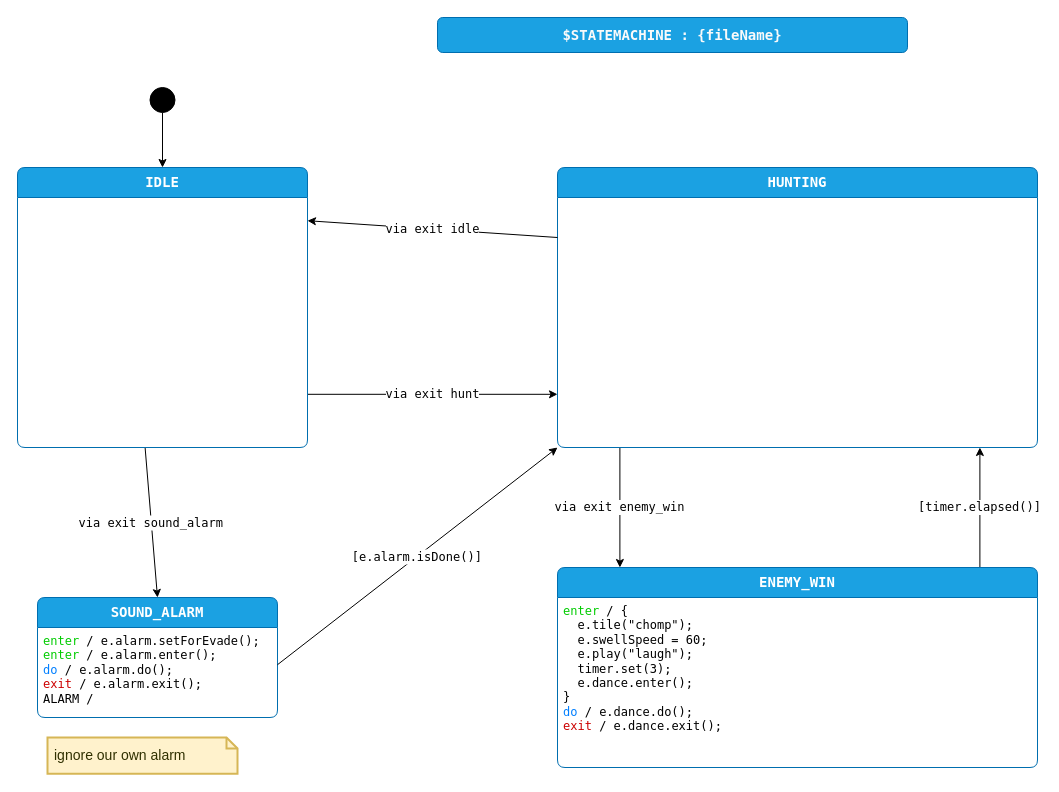
This is page "design" (1 of 3) of enemy3/Enemy3Sm.drawio from adamfk/game-fsm-examples, a draw.io file, before an edit. Source tidied: cells renumbered, new cells numbered last; positions are measured from the earlier drawing's top-left corner, leaving out a move shared by most shapes. Both pictures are drawn from the tidied source at 100%, with x=0, y=0 at pixel (17, 17).
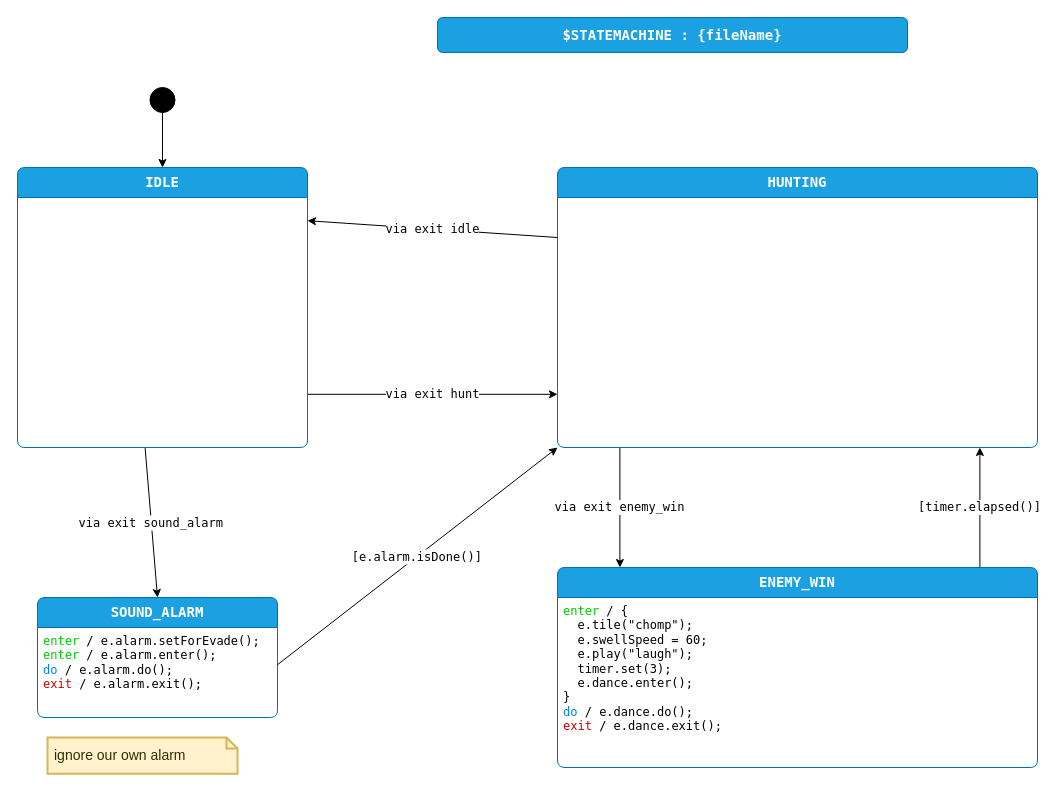
The same page after the edit.

The edit, as a diff of the source:
```diff
@@
 <mxGraphModel>
   <root>
     <mxCell id="0" />
     <mxCell id="1" parent="0" />
     <mxCell id="2" value="&lt;span style=&quot;color: rgb(250, 250, 250); font-family: &amp;quot;Lucida Console&amp;quot;; font-size: 14px; font-weight: 700; text-wrap: nowrap;&quot;&gt;$STATEMACHINE : {fileName}&lt;/span&gt;" style="rounded=1;whiteSpace=wrap;html=1;fillColor=#1ba1e2;fontColor=#ffffff;strokeColor=#006EAF;" parent="1" vertex="1">
       <mxGeometry x="420" width="470" height="35" as="geometry" />
     </mxCell>
     <mxCell id="3" value="via exit enemy_win" style="shape=connector;rounded=0;html=1;exitX=0.13;exitY=1;exitDx=0;exitDy=0;exitPerimeter=0;entryX=0.13;entryY=0;entryDx=0;entryDy=0;entryPerimeter=0;labelBackgroundColor=default;strokeColor=default;fontFamily=Lucida Console;fontSize=12;fontColor=default;endArrow=classic;" parent="1" edge="1" source="4" target="6">
       <mxGeometry relative="1" as="geometry" />
     </mxCell>
     <mxCell id="4" value="HUNTING" style="shape=swimlane;align=center;verticalAlign=top;fontFamily=Lucida Console;startSize=30;fontSize=14;fontStyle=1;fontColor=#ffffff;fillColor=#1ba1e2;swimlaneFillColor=default;rounded=1;arcSize=15;absoluteArcSize=1;points=[[0,0,0,0,0],[0,0.06,0,0,0],[0,0.13,0,0,0],[0,0.19,0,0,0],[0,0.25,0,0,0],[0,0.31,0,0,0],[0,0.38,0,0,0],[0,0.44,0,0,0],[0,0.5,0,0,0],[0,0.56,0,0,0],[0,0.63,0,0,0],[0,0.69,0,0,0],[0,0.75,0,0,0],[0,0.81,0,0,0],[0,0.88,0,0,0],[0,0.94,0,0,0],[0,1,0,0,0],[0.06,0,0,0,0],[0.06,1,0,0,0],[0.13,0,0,0,0],[0.13,1,0,0,0],[0.19,0,0,0,0],[0.19,1,0,0,0],[0.25,0,0,0,0],[0.25,1,0,0,0],[0.31,0,0,0,0],[0.31,1,0,0,0],[0.38,0,0,0,0],[0.38,1,0,0,0],[0.44,0,0,0,0],[0.44,1,0,0,0],[0.5,0,0,0,0],[0.5,1,0,0,0],[0.56,0,0,0,0],[0.56,1,0,0,0],[0.63,0,0,0,0],[0.63,1,0,0,0],[0.69,0,0,0,0],[0.69,1,0,0,0],[0.75,0,0,0,0],[0.75,1,0,0,0],[0.81,0,0,0,0],[0.81,1,0,0,0],[0.88,0,0,0,0],[0.88,1,0,0,0],[0.94,0,0,0,0],[0.94,1,0,0,0],[1,0,0,0,0],[1,0.06,0,0,0],[1,0.13,0,0,0],[1,0.19,0,0,0],[1,0.25,0,0,0],[1,0.31,0,0,0],[1,0.38,0,0,0],[1,0.44,0,0,0],[1,0.5,0,0,0],[1,0.56,0,0,0],[1,0.63,0,0,0],[1,0.69,0,0,0],[1,0.75,0,0,0],[1,0.81,0,0,0],[1,0.88,0,0,0],[1,0.94,0,0,0],[1,1,0,0,0]];strokeColor=#006EAF;labelBackgroundColor=none;" parent="1" vertex="1" collapsed="1">
       <mxGeometry x="540" y="150" width="480" height="280" as="geometry" />
     </mxCell>
     <mxCell id="5" value="[timer.elapsed()]" style="shape=connector;rounded=0;html=1;exitX=0.88;exitY=0;exitDx=0;exitDy=0;exitPerimeter=0;entryX=0.88;entryY=1;entryDx=0;entryDy=0;entryPerimeter=0;labelBackgroundColor=default;strokeColor=default;fontFamily=Lucida Console;fontSize=12;fontColor=default;endArrow=classic;" parent="1" edge="1" source="6" target="4">
       <mxGeometry relative="1" as="geometry" />
     </mxCell>
     <mxCell id="6" value="ENEMY_WIN" style="shape=swimlane;align=center;verticalAlign=top;fontFamily=Lucida Console;startSize=30;fontSize=14;fontStyle=1;fontColor=#ffffff;fillColor=#1ba1e2;swimlaneFillColor=default;rounded=1;arcSize=15;absoluteArcSize=1;points=[[0,0,0,0,0],[0,0.06,0,0,0],[0,0.13,0,0,0],[0,0.19,0,0,0],[0,0.25,0,0,0],[0,0.31,0,0,0],[0,0.38,0,0,0],[0,0.44,0,0,0],[0,0.5,0,0,0],[0,0.56,0,0,0],[0,0.63,0,0,0],[0,0.69,0,0,0],[0,0.75,0,0,0],[0,0.81,0,0,0],[0,0.88,0,0,0],[0,0.94,0,0,0],[0,1,0,0,0],[0.06,0,0,0,0],[0.06,1,0,0,0],[0.13,0,0,0,0],[0.13,1,0,0,0],[0.19,0,0,0,0],[0.19,1,0,0,0],[0.25,0,0,0,0],[0.25,1,0,0,0],[0.31,0,0,0,0],[0.31,1,0,0,0],[0.38,0,0,0,0],[0.38,1,0,0,0],[0.44,0,0,0,0],[0.44,1,0,0,0],[0.5,0,0,0,0],[0.5,1,0,0,0],[0.56,0,0,0,0],[0.56,1,0,0,0],[0.63,0,0,0,0],[0.63,1,0,0,0],[0.69,0,0,0,0],[0.69,1,0,0,0],[0.75,0,0,0,0],[0.75,1,0,0,0],[0.81,0,0,0,0],[0.81,1,0,0,0],[0.88,0,0,0,0],[0.88,1,0,0,0],[0.94,0,0,0,0],[0.94,1,0,0,0],[1,0,0,0,0],[1,0.06,0,0,0],[1,0.13,0,0,0],[1,0.19,0,0,0],[1,0.25,0,0,0],[1,0.31,0,0,0],[1,0.38,0,0,0],[1,0.44,0,0,0],[1,0.5,0,0,0],[1,0.56,0,0,0],[1,0.63,0,0,0],[1,0.69,0,0,0],[1,0.75,0,0,0],[1,0.81,0,0,0],[1,0.88,0,0,0],[1,0.94,0,0,0],[1,1,0,0,0]];strokeColor=#006EAF;labelBackgroundColor=none;" parent="1" vertex="1">
       <mxGeometry x="540" y="550" width="480" height="200" as="geometry" />
     </mxCell>
     <mxCell id="7" value="&lt;font color=&quot;#00cc00&quot;&gt;enter&lt;/font&gt; / {&lt;br&gt;&amp;nbsp; e.tile(&quot;chomp&quot;);&lt;br&gt;&amp;nbsp; e.swellSpeed = 60;&lt;br&gt;&amp;nbsp; e.play(&quot;laugh&quot;);&lt;br&gt;&amp;nbsp; timer.set(3);&lt;br&gt;&amp;nbsp; e.dance.enter();&lt;br&gt;&lt;div&gt;}&lt;/div&gt;&lt;div&gt;&lt;font color=&quot;#007fff&quot;&gt;do&lt;/font&gt; / e.dance.do();&lt;br&gt;&lt;div&gt;&lt;font color=&quot;#cc0000&quot;&gt;exit&lt;/font&gt;&amp;nbsp;/ e.dance.exit();&lt;br&gt;&lt;/div&gt;&lt;/div&gt;" style="fontFamily=Lucida Console;align=left;verticalAlign=top;fillColor=none;gradientColor=none;strokeColor=none;rounded=0;spacingLeft=4;html=1;fontSize=12;fontColor=default;labelBackgroundColor=default;" parent="6" vertex="1">
       <mxGeometry y="30" width="180" height="140" as="geometry" />
     </mxCell>
     <mxCell id="8" value="via exit hunt" style="edgeStyle=none;html=1;exitX=1;exitY=0.81;exitDx=0;exitDy=0;exitPerimeter=0;entryX=0;entryY=0.81;entryDx=0;entryDy=0;entryPerimeter=0;fontSize=12;fontFamily=Lucida Console;" parent="1" edge="1" source="10" target="4">
       <mxGeometry relative="1" as="geometry" />
     </mxCell>
     <mxCell id="9" value="via exit sound_alarm" style="edgeStyle=none;html=0;exitX=0.44;exitY=1;exitDx=0;exitDy=0;exitPerimeter=0;entryX=0.5;entryY=0;entryDx=0;entryDy=0;entryPerimeter=0;fontFamily=Lucida Console;fontSize=12;" parent="1" edge="1" source="10" target="14">
       <mxGeometry relative="1" as="geometry" />
     </mxCell>
     <mxCell id="10" value="IDLE" style="shape=swimlane;align=center;verticalAlign=top;fontFamily=Lucida Console;startSize=30;fontSize=14;fontStyle=1;fontColor=#ffffff;fillColor=#1ba1e2;swimlaneFillColor=default;rounded=1;arcSize=15;absoluteArcSize=1;points=[[0,0,0,0,0],[0,0.06,0,0,0],[0,0.13,0,0,0],[0,0.19,0,0,0],[0,0.25,0,0,0],[0,0.31,0,0,0],[0,0.38,0,0,0],[0,0.44,0,0,0],[0,0.5,0,0,0],[0,0.56,0,0,0],[0,0.63,0,0,0],[0,0.69,0,0,0],[0,0.75,0,0,0],[0,0.81,0,0,0],[0,0.88,0,0,0],[0,0.94,0,0,0],[0,1,0,0,0],[0.06,0,0,0,0],[0.06,1,0,0,0],[0.13,0,0,0,0],[0.13,1,0,0,0],[0.19,0,0,0,0],[0.19,1,0,0,0],[0.25,0,0,0,0],[0.25,1,0,0,0],[0.31,0,0,0,0],[0.31,1,0,0,0],[0.38,0,0,0,0],[0.38,1,0,0,0],[0.44,0,0,0,0],[0.44,1,0,0,0],[0.5,0,0,0,0],[0.5,1,0,0,0],[0.56,0,0,0,0],[0.56,1,0,0,0],[0.63,0,0,0,0],[0.63,1,0,0,0],[0.69,0,0,0,0],[0.69,1,0,0,0],[0.75,0,0,0,0],[0.75,1,0,0,0],[0.81,0,0,0,0],[0.81,1,0,0,0],[0.88,0,0,0,0],[0.88,1,0,0,0],[0.94,0,0,0,0],[0.94,1,0,0,0],[1,0,0,0,0],[1,0.06,0,0,0],[1,0.13,0,0,0],[1,0.19,0,0,0],[1,0.25,0,0,0],[1,0.31,0,0,0],[1,0.38,0,0,0],[1,0.44,0,0,0],[1,0.5,0,0,0],[1,0.56,0,0,0],[1,0.63,0,0,0],[1,0.69,0,0,0],[1,0.75,0,0,0],[1,0.81,0,0,0],[1,0.88,0,0,0],[1,0.94,0,0,0],[1,1,0,0,0]];strokeColor=#006EAF;labelBackgroundColor=none;" parent="1" vertex="1" collapsed="1">
       <mxGeometry y="150" width="290" height="280" as="geometry" />
     </mxCell>
     <mxCell id="11" value="&lt;font face=&quot;Lucida Console&quot;&gt;&lt;span style=&quot;font-size: 12px;&quot;&gt;via exit idle&lt;/span&gt;&lt;/font&gt;" style="edgeStyle=none;html=1;exitX=0;exitY=0.25;exitDx=0;exitDy=0;exitPerimeter=0;entryX=1;entryY=0.19;entryDx=0;entryDy=0;entryPerimeter=0;" parent="1" edge="1" source="4" target="10">
       <mxGeometry relative="1" as="geometry" />
     </mxCell>
     <mxCell id="12" style="edgeStyle=none;html=1;" parent="1" edge="1" source="13" target="10">
       <mxGeometry relative="1" as="geometry" />
     </mxCell>
     <mxCell id="13" value="$initial_state" style="shape=ellipse;fillColor=#000000;noLabel=1;" parent="1" vertex="1">
       <mxGeometry x="132.5" y="70" width="25" height="25" as="geometry" />
     </mxCell>
     <mxCell id="14" value="SOUND_ALARM" style="shape=swimlane;align=center;verticalAlign=top;fontFamily=Lucida Console;startSize=30;fontSize=14;fontStyle=1;fontColor=#ffffff;fillColor=#1ba1e2;swimlaneFillColor=default;rounded=1;arcSize=15;absoluteArcSize=1;points=[[0,0,0,0,0],[0,0.06,0,0,0],[0,0.13,0,0,0],[0,0.19,0,0,0],[0,0.25,0,0,0],[0,0.31,0,0,0],[0,0.38,0,0,0],[0,0.44,0,0,0],[0,0.5,0,0,0],[0,0.56,0,0,0],[0,0.63,0,0,0],[0,0.69,0,0,0],[0,0.75,0,0,0],[0,0.81,0,0,0],[0,0.88,0,0,0],[0,0.94,0,0,0],[0,1,0,0,0],[0.06,0,0,0,0],[0.06,1,0,0,0],[0.13,0,0,0,0],[0.13,1,0,0,0],[0.19,0,0,0,0],[0.19,1,0,0,0],[0.25,0,0,0,0],[0.25,1,0,0,0],[0.31,0,0,0,0],[0.31,1,0,0,0],[0.38,0,0,0,0],[0.38,1,0,0,0],[0.44,0,0,0,0],[0.44,1,0,0,0],[0.5,0,0,0,0],[0.5,1,0,0,0],[0.56,0,0,0,0],[0.56,1,0,0,0],[0.63,0,0,0,0],[0.63,1,0,0,0],[0.69,0,0,0,0],[0.69,1,0,0,0],[0.75,0,0,0,0],[0.75,1,0,0,0],[0.81,0,0,0,0],[0.81,1,0,0,0],[0.88,0,0,0,0],[0.88,1,0,0,0],[0.94,0,0,0,0],[0.94,1,0,0,0],[1,0,0,0,0],[1,0.06,0,0,0],[1,0.13,0,0,0],[1,0.19,0,0,0],[1,0.25,0,0,0],[1,0.31,0,0,0],[1,0.38,0,0,0],[1,0.44,0,0,0],[1,0.5,0,0,0],[1,0.56,0,0,0],[1,0.63,0,0,0],[1,0.69,0,0,0],[1,0.75,0,0,0],[1,0.81,0,0,0],[1,0.88,0,0,0],[1,0.94,0,0,0],[1,1,0,0,0]];strokeColor=#006EAF;labelBackgroundColor=none;" parent="1" vertex="1">
       <mxGeometry x="20" y="580" width="240" height="120" as="geometry" />
     </mxCell>
-    <mxCell id="15" value="&lt;font color=&quot;#00cc00&quot;&gt;enter&lt;/font&gt;&amp;nbsp;/&amp;nbsp;e.alarm.setForEvade();&lt;br&gt;&lt;font color=&quot;#00cc00&quot;&gt;enter&lt;/font&gt;&amp;nbsp;/&amp;nbsp;e.alarm.enter();&lt;br&gt;&lt;div&gt;&lt;font color=&quot;#007fff&quot;&gt;do&lt;/font&gt;&amp;nbsp;/ e.alarm.do();&lt;/div&gt;&lt;div&gt;&lt;font color=&quot;#cc0000&quot;&gt;exit&lt;/font&gt;&amp;nbsp;/ e.alarm.exit();&lt;/div&gt;&lt;div&gt;ALARM /&amp;nbsp;&lt;/div&gt;" style="fontFamily=Lucida Console;align=left;verticalAlign=top;fillColor=none;gradientColor=none;strokeColor=none;rounded=0;spacingLeft=4;html=1;fontSize=12;fontColor=default;labelBackgroundColor=default;" parent="14" vertex="1">
+    <mxCell id="15" value="&lt;font color=&quot;#00cc00&quot;&gt;enter&lt;/font&gt;&amp;nbsp;/&amp;nbsp;e.alarm.setForEvade();&lt;br&gt;&lt;font color=&quot;#00cc00&quot;&gt;enter&lt;/font&gt;&amp;nbsp;/&amp;nbsp;e.alarm.enter();&lt;br&gt;&lt;div&gt;&lt;font color=&quot;#007fff&quot;&gt;do&lt;/font&gt;&amp;nbsp;/ e.alarm.do();&lt;/div&gt;&lt;div&gt;&lt;font color=&quot;#cc0000&quot;&gt;exit&lt;/font&gt;&amp;nbsp;/ e.alarm.exit();&lt;/div&gt;&lt;div&gt;&lt;br&gt;&lt;/div&gt;" style="fontFamily=Lucida Console;align=left;verticalAlign=top;fillColor=none;gradientColor=none;strokeColor=none;rounded=0;spacingLeft=4;html=1;fontSize=12;fontColor=default;labelBackgroundColor=default;" parent="14" vertex="1">
       <mxGeometry y="30" width="240" height="90" as="geometry" />
     </mxCell>
     <mxCell id="16" value="ignore our own alarm&lt;div&gt;&lt;/div&gt;" style="shape=note;strokeWidth=2;fontSize=14;size=11;whiteSpace=wrap;html=1;fillColor=#fff2cc;strokeColor=#d6b656;fontColor=#303000;align=left;spacingLeft=5;verticalAlign=middle;fontFamily=Helvetica;" parent="1" vertex="1">
       <mxGeometry x="30" y="720" width="190" height="36.2" as="geometry" />
     </mxCell>
     <mxCell id="17" value="[e.alarm.isDone()]" style="edgeStyle=none;html=0;exitX=1;exitY=0.56;exitDx=0;exitDy=0;exitPerimeter=0;fontFamily=Lucida Console;fontSize=12;entryX=0;entryY=1;entryDx=0;entryDy=0;entryPerimeter=0;" parent="1" edge="1" source="14" target="4">
       <mxGeometry relative="1" as="geometry" />
     </mxCell>
   </root>
 </mxGraphModel>
```
